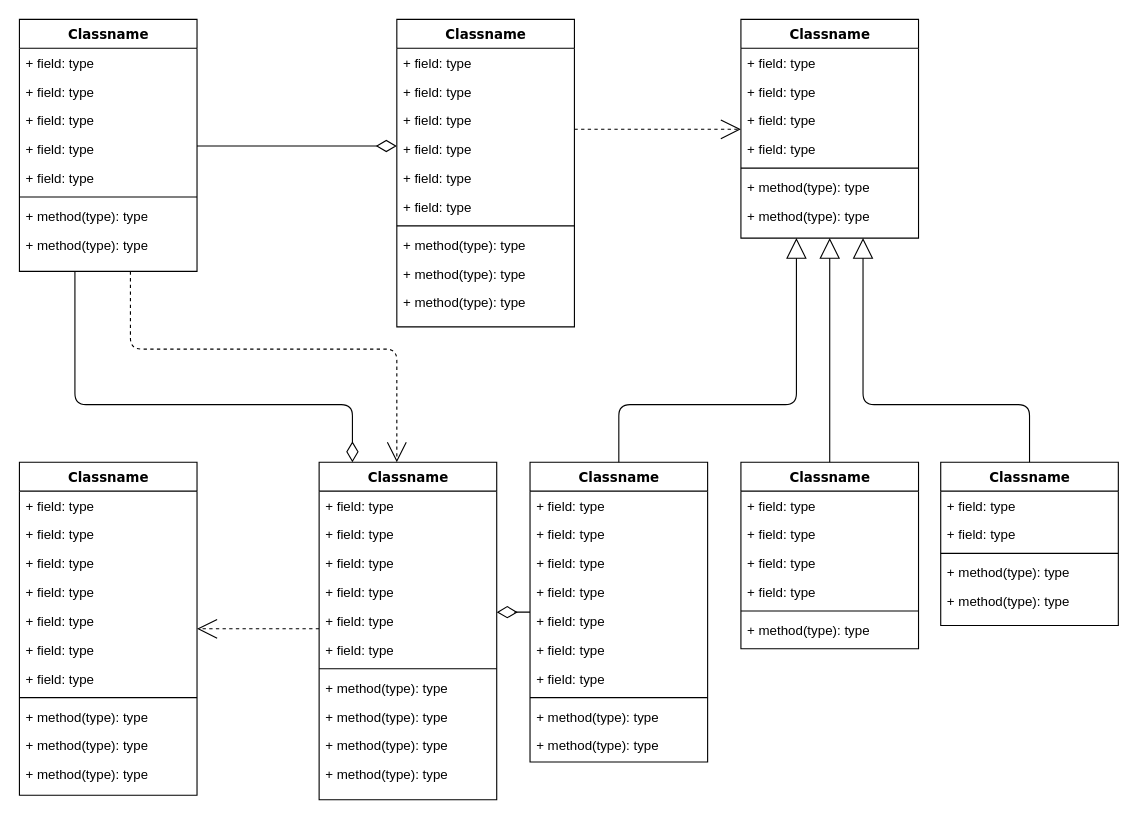
Earlier version of the draw.io diagram Untitled Diagram.drawio (Vlastendur/RosarioVegano). Source tidied: cells renumbered, new cells numbered last; positions are measured from the earlier drawing's top-left corner, leaving out a move shared by most shapes. Both pictures are drawn from the tidied source at 111%, with x=0, y=0 at pixel (19, 19).
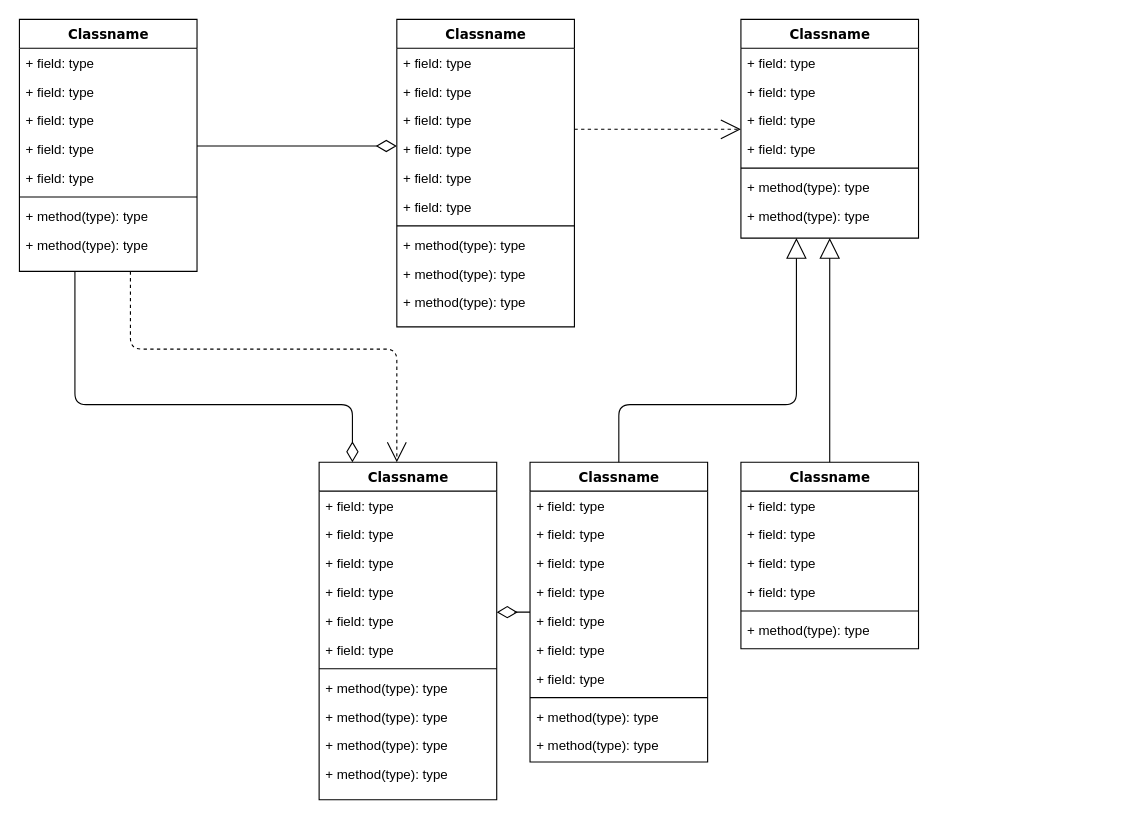
Above is the later version.

The change refers to these unchanged cells:
```xml
<mxCell id="25" value="Classname" style="swimlane;html=1;fontStyle=1;align=center;verticalAlign=top;horizontal=1;startSize=26;swimlaneFillColor=#ffffff;rounded=0;shadow=0;comic=0;labelBackgroundColor=none;strokeWidth=1;fillColor=none;fontFamily=Verdana;fontSize=12;" parent="1" vertex="1">
  <mxGeometry x="650" width="160" height="197" as="geometry" />
</mxCell>
<mxCell id="47" value="Classname" style="swimlane;html=1;fontStyle=1;align=center;verticalAlign=top;horizontal=1;startSize=26;swimlaneFillColor=#ffffff;rounded=0;shadow=0;comic=0;labelBackgroundColor=none;strokeWidth=1;fillColor=none;fontFamily=Verdana;fontSize=12;" parent="1" vertex="1">
  <mxGeometry x="270" y="399" width="160" height="304" as="geometry" />
</mxCell>
```

Change to the diagram source:
```diff
@@
-    <mxCell id="33" style="edgeStyle=elbowEdgeStyle;html=1;labelBackgroundColor=none;startFill=0;startSize=8;endArrow=open;endFill=0;endSize=16;fontFamily=Verdana;fontSize=12;elbow=vertical;dashed=1;" parent="1" edge="1" source="47" target="34">
-      <mxGeometry relative="1" as="geometry" />
-    </mxCell>
-    <mxCell id="34" value="Classname" style="swimlane;html=1;fontStyle=1;align=center;verticalAlign=top;horizontal=1;startSize=26;swimlaneFillColor=#ffffff;rounded=0;shadow=0;comic=0;labelBackgroundColor=none;strokeWidth=1;fillColor=none;fontFamily=Verdana;fontSize=12;" parent="1" vertex="1">
-      <mxGeometry y="399" width="160" height="300" as="geometry" />
-    </mxCell>
-    <mxCell id="35" value="+ field: type" style="text;html=1;strokeColor=none;fillColor=none;align=left;verticalAlign=top;spacingLeft=4;spacingRight=4;whiteSpace=wrap;overflow=hidden;" parent="34" vertex="1">
-      <mxGeometry y="26" width="160" height="26" as="geometry" />
-    </mxCell>
-    <mxCell id="36" value="+ field: type" style="text;html=1;strokeColor=none;fillColor=none;align=left;verticalAlign=top;spacingLeft=4;spacingRight=4;whiteSpace=wrap;overflow=hidden;" parent="34" vertex="1">
-      <mxGeometry y="52" width="160" height="26" as="geometry" />
-    </mxCell>
-    <mxCell id="37" value="+ field: type" style="text;html=1;strokeColor=none;fillColor=none;align=left;verticalAlign=top;spacingLeft=4;spacingRight=4;whiteSpace=wrap;overflow=hidden;" parent="34" vertex="1">
-      <mxGeometry y="78" width="160" height="26" as="geometry" />
-    </mxCell>
-    <mxCell id="38" value="+ field: type" style="text;html=1;strokeColor=none;fillColor=none;align=left;verticalAlign=top;spacingLeft=4;spacingRight=4;whiteSpace=wrap;overflow=hidden;" parent="34" vertex="1">
-      <mxGeometry y="104" width="160" height="26" as="geometry" />
-    </mxCell>
-    <mxCell id="39" value="+ field: type" style="text;html=1;strokeColor=none;fillColor=none;align=left;verticalAlign=top;spacingLeft=4;spacingRight=4;whiteSpace=wrap;overflow=hidden;" parent="34" vertex="1">
-      <mxGeometry y="130" width="160" height="26" as="geometry" />
-    </mxCell>
-    <mxCell id="40" value="+ field: type" style="text;html=1;strokeColor=none;fillColor=none;align=left;verticalAlign=top;spacingLeft=4;spacingRight=4;whiteSpace=wrap;overflow=hidden;" parent="34" vertex="1">
-      <mxGeometry y="156" width="160" height="26" as="geometry" />
-    </mxCell>
-    <mxCell id="41" value="+ field: type" style="text;html=1;strokeColor=none;fillColor=none;align=left;verticalAlign=top;spacingLeft=4;spacingRight=4;whiteSpace=wrap;overflow=hidden;" parent="34" vertex="1">
-      <mxGeometry y="182" width="160" height="26" as="geometry" />
-    </mxCell>
-    <mxCell id="42" style="line;html=1;strokeWidth=1;fillColor=none;align=left;verticalAlign=middle;spacingTop=-1;spacingLeft=3;spacingRight=3;labelPosition=right;" parent="34" vertex="1">
-      <mxGeometry y="208" width="160" height="8" as="geometry" />
-    </mxCell>
-    <mxCell id="43" value="+ method(type): type" style="text;html=1;strokeColor=none;fillColor=none;align=left;verticalAlign=top;spacingLeft=4;spacingRight=4;whiteSpace=wrap;overflow=hidden;" parent="34" vertex="1">
-      <mxGeometry y="216" width="160" height="26" as="geometry" />
-    </mxCell>
-    <mxCell id="44" value="+ method(type): type" style="text;html=1;strokeColor=none;fillColor=none;align=left;verticalAlign=top;spacingLeft=4;spacingRight=4;whiteSpace=wrap;overflow=hidden;" parent="34" vertex="1">
-      <mxGeometry y="242" width="160" height="26" as="geometry" />
-    </mxCell>
-    <mxCell id="45" value="+ method(type): type" style="text;html=1;strokeColor=none;fillColor=none;align=left;verticalAlign=top;spacingLeft=4;spacingRight=4;whiteSpace=wrap;overflow=hidden;" parent="34" vertex="1">
-      <mxGeometry y="268" width="160" height="26" as="geometry" />
-    </mxCell>
@@
-    <mxCell id="79" style="edgeStyle=orthogonalEdgeStyle;html=1;labelBackgroundColor=none;startFill=0;startSize=8;endArrow=block;endFill=0;endSize=16;fontFamily=Verdana;fontSize=12;" parent="1" edge="1" source="80" target="25">
-      <mxGeometry relative="1" as="geometry">
-        <Array as="points">
-          <mxPoint x="910" y="347" />
-          <mxPoint x="760" y="347" />
-        </Array>
-      </mxGeometry>
-    </mxCell>
-    <mxCell id="80" value="Classname" style="swimlane;html=1;fontStyle=1;align=center;verticalAlign=top;horizontal=1;startSize=26;swimlaneFillColor=#ffffff;rounded=0;shadow=0;comic=0;labelBackgroundColor=none;strokeWidth=1;fillColor=none;fontFamily=Verdana;fontSize=12;" parent="1" vertex="1">
-      <mxGeometry x="830" y="399" width="160" height="147" as="geometry" />
-    </mxCell>
-    <mxCell id="81" value="+ field: type" style="text;html=1;strokeColor=none;fillColor=none;align=left;verticalAlign=top;spacingLeft=4;spacingRight=4;whiteSpace=wrap;overflow=hidden;" parent="80" vertex="1">
-      <mxGeometry y="26" width="160" height="26" as="geometry" />
-    </mxCell>
-    <mxCell id="82" value="+ field: type" style="text;html=1;strokeColor=none;fillColor=none;align=left;verticalAlign=top;spacingLeft=4;spacingRight=4;whiteSpace=wrap;overflow=hidden;" parent="80" vertex="1">
-      <mxGeometry y="52" width="160" height="26" as="geometry" />
-    </mxCell>
-    <mxCell id="83" style="line;html=1;strokeWidth=1;fillColor=none;align=left;verticalAlign=middle;spacingTop=-1;spacingLeft=3;spacingRight=3;labelPosition=right;" parent="80" vertex="1">
-      <mxGeometry y="78" width="160" height="8" as="geometry" />
-    </mxCell>
-    <mxCell id="84" value="+ method(type): type" style="text;html=1;strokeColor=none;fillColor=none;align=left;verticalAlign=top;spacingLeft=4;spacingRight=4;whiteSpace=wrap;overflow=hidden;" parent="80" vertex="1">
-      <mxGeometry y="86" width="160" height="26" as="geometry" />
-    </mxCell>
-    <mxCell id="85" value="+ method(type): type" style="text;html=1;strokeColor=none;fillColor=none;align=left;verticalAlign=top;spacingLeft=4;spacingRight=4;whiteSpace=wrap;overflow=hidden;" parent="80" vertex="1">
-      <mxGeometry y="112" width="160" height="26" as="geometry" />
-    </mxCell>
```
